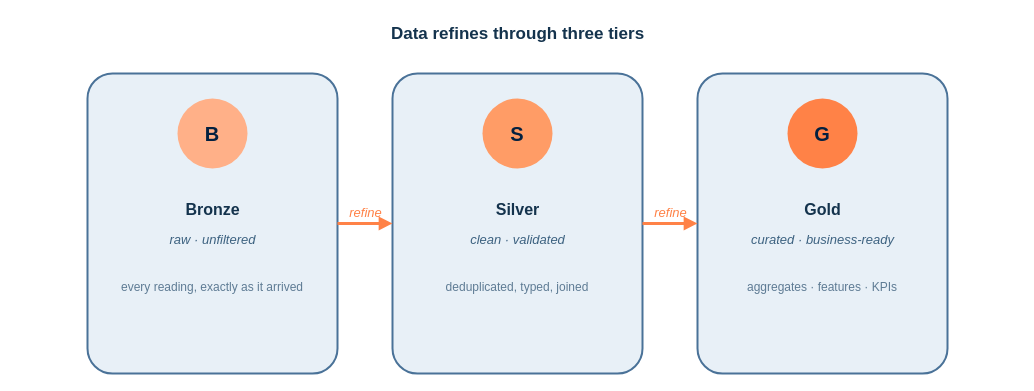
Earlier version of the draw.io diagram course-notes/diagrams/course-notes3-fig06.drawio (eislab-cps/D7065E). Source tidied: cells renumbered, new cells numbered last; positions are measured from the earlier drawing's top-left corner, leaving out a move shared by most shapes. Both pictures are drawn from the tidied source at 100%, with x=0, y=0 at pixel (17, 17).
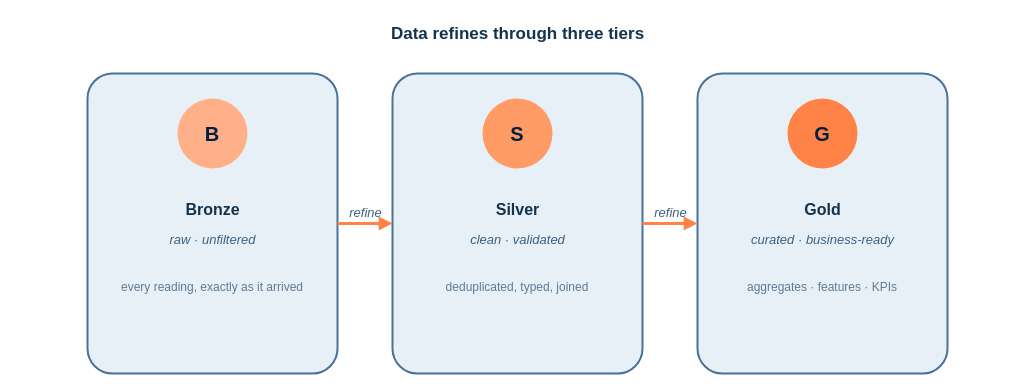
After the change.

What changed in the source:
```diff
@@
 <mxGraphModel background="#FFFFFF">
   <root>
     <mxCell id="0" />
     <mxCell id="1" parent="0" />
     <mxCell id="2" value="Data refines through three tiers" style="text;html=1;align=center;fontColor=#14334D;fontSize=17;fontStyle=1;fontFamily=Helvetica;" parent="1" vertex="1">
       <mxGeometry width="1000" height="30" as="geometry" />
     </mxCell>
     <mxCell id="3" style="rounded=1;whiteSpace=wrap;html=1;fillColor=#E8F0F7;strokeColor=#4A7298;strokeWidth=2;fontColor=#14334D;fontFamily=Helvetica;arcSize=10;" parent="1" vertex="1">
       <mxGeometry x="70" y="56" width="250" height="300" as="geometry" />
     </mxCell>
     <mxCell id="4" value="B" style="ellipse;whiteSpace=wrap;html=1;fillColor=#FFB088;strokeColor=none;fontColor=#032040;fontStyle=1;fontSize=20;fontFamily=Helvetica;" parent="1" vertex="1">
       <mxGeometry x="160" y="81" width="70" height="70" as="geometry" />
     </mxCell>
     <mxCell id="5" value="Bronze" style="text;html=1;align=center;fontColor=#14334D;fontSize=16;fontStyle=1;fontFamily=Helvetica;" parent="1" vertex="1">
       <mxGeometry x="95" y="176" width="200" height="26" as="geometry" />
     </mxCell>
     <mxCell id="6" value="raw · unfiltered" style="text;html=1;align=center;fontColor=#3D6280;fontSize=13;fontStyle=2;fontFamily=Helvetica;" parent="1" vertex="1">
       <mxGeometry x="95" y="208" width="200" height="22" as="geometry" />
     </mxCell>
     <mxCell id="7" value="every reading, exactly as it arrived" style="text;html=1;align=center;fontColor=#5E7B94;fontSize=12;fontFamily=Helvetica;whiteSpace=wrap;" parent="1" vertex="1">
       <mxGeometry x="85" y="256" width="220" height="40" as="geometry" />
     </mxCell>
     <mxCell id="8" style="rounded=1;whiteSpace=wrap;html=1;fillColor=#E8F0F7;strokeColor=#4A7298;strokeWidth=2;fontColor=#14334D;fontFamily=Helvetica;arcSize=10;" parent="1" vertex="1">
       <mxGeometry x="375" y="56" width="250" height="300" as="geometry" />
     </mxCell>
     <mxCell id="9" value="S" style="ellipse;whiteSpace=wrap;html=1;fillColor=#FF9C66;strokeColor=none;fontColor=#032040;fontStyle=1;fontSize=20;fontFamily=Helvetica;" parent="1" vertex="1">
       <mxGeometry x="465" y="81" width="70" height="70" as="geometry" />
     </mxCell>
     <mxCell id="10" value="Silver" style="text;html=1;align=center;fontColor=#14334D;fontSize=16;fontStyle=1;fontFamily=Helvetica;" parent="1" vertex="1">
       <mxGeometry x="400" y="176" width="200" height="26" as="geometry" />
     </mxCell>
     <mxCell id="11" value="clean · validated" style="text;html=1;align=center;fontColor=#3D6280;fontSize=13;fontStyle=2;fontFamily=Helvetica;" parent="1" vertex="1">
       <mxGeometry x="400" y="208" width="200" height="22" as="geometry" />
     </mxCell>
     <mxCell id="12" value="deduplicated, typed, joined" style="text;html=1;align=center;fontColor=#5E7B94;fontSize=12;fontFamily=Helvetica;whiteSpace=wrap;" parent="1" vertex="1">
       <mxGeometry x="390" y="256" width="220" height="40" as="geometry" />
     </mxCell>
     <mxCell id="13" style="rounded=1;whiteSpace=wrap;html=1;fillColor=#E8F0F7;strokeColor=#4A7298;strokeWidth=2;fontColor=#14334D;fontFamily=Helvetica;arcSize=10;" parent="1" vertex="1">
       <mxGeometry x="680" y="56" width="250" height="300" as="geometry" />
     </mxCell>
     <mxCell id="14" value="G" style="ellipse;whiteSpace=wrap;html=1;fillColor=#FF8247;strokeColor=none;fontColor=#032040;fontStyle=1;fontSize=20;fontFamily=Helvetica;" parent="1" vertex="1">
       <mxGeometry x="770" y="81" width="70" height="70" as="geometry" />
     </mxCell>
     <mxCell id="15" value="Gold" style="text;html=1;align=center;fontColor=#14334D;fontSize=16;fontStyle=1;fontFamily=Helvetica;" parent="1" vertex="1">
       <mxGeometry x="705" y="176" width="200" height="26" as="geometry" />
     </mxCell>
     <mxCell id="16" value="curated · business-ready" style="text;html=1;align=center;fontColor=#3D6280;fontSize=13;fontStyle=2;fontFamily=Helvetica;" parent="1" vertex="1">
       <mxGeometry x="705" y="208" width="200" height="22" as="geometry" />
     </mxCell>
     <mxCell id="17" value="aggregates · features · KPIs" style="text;html=1;align=center;fontColor=#5E7B94;fontSize=12;fontFamily=Helvetica;whiteSpace=wrap;" parent="1" vertex="1">
       <mxGeometry x="695" y="256" width="220" height="40" as="geometry" />
     </mxCell>
-    <mxCell id="18" value="refine" style="endArrow=block;html=1;strokeColor=#FF8247;strokeWidth=3;fontColor=#FF8247;fontSize=13;fontStyle=2;labelBackgroundColor=none;fontFamily=Helvetica;exitX=1;exitY=0.5;entryX=0;entryY=0.5;verticalAlign=bottom;" parent="1" edge="1" source="3" target="8">
+    <mxCell id="18" value="refine" style="endArrow=block;html=1;strokeColor=#FF8247;strokeWidth=3;fontColor=#3D6280;fontSize=13;fontStyle=2;labelBackgroundColor=none;fontFamily=Helvetica;exitX=1;exitY=0.5;entryX=0;entryY=0.5;verticalAlign=bottom;" parent="1" edge="1" source="3" target="8">
       <mxGeometry relative="1" as="geometry" />
     </mxCell>
-    <mxCell id="19" value="refine" style="endArrow=block;html=1;strokeColor=#FF8247;strokeWidth=3;fontColor=#FF8247;fontSize=13;fontStyle=2;labelBackgroundColor=none;fontFamily=Helvetica;exitX=1;exitY=0.5;entryX=0;entryY=0.5;verticalAlign=bottom;" parent="1" edge="1" source="8" target="13">
+    <mxCell id="19" value="refine" style="endArrow=block;html=1;strokeColor=#FF8247;strokeWidth=3;fontColor=#3D6280;fontSize=13;fontStyle=2;labelBackgroundColor=none;fontFamily=Helvetica;exitX=1;exitY=0.5;entryX=0;entryY=0.5;verticalAlign=bottom;" parent="1" edge="1" source="8" target="13">
       <mxGeometry relative="1" as="geometry" />
     </mxCell>
   </root>
 </mxGraphModel>
```
